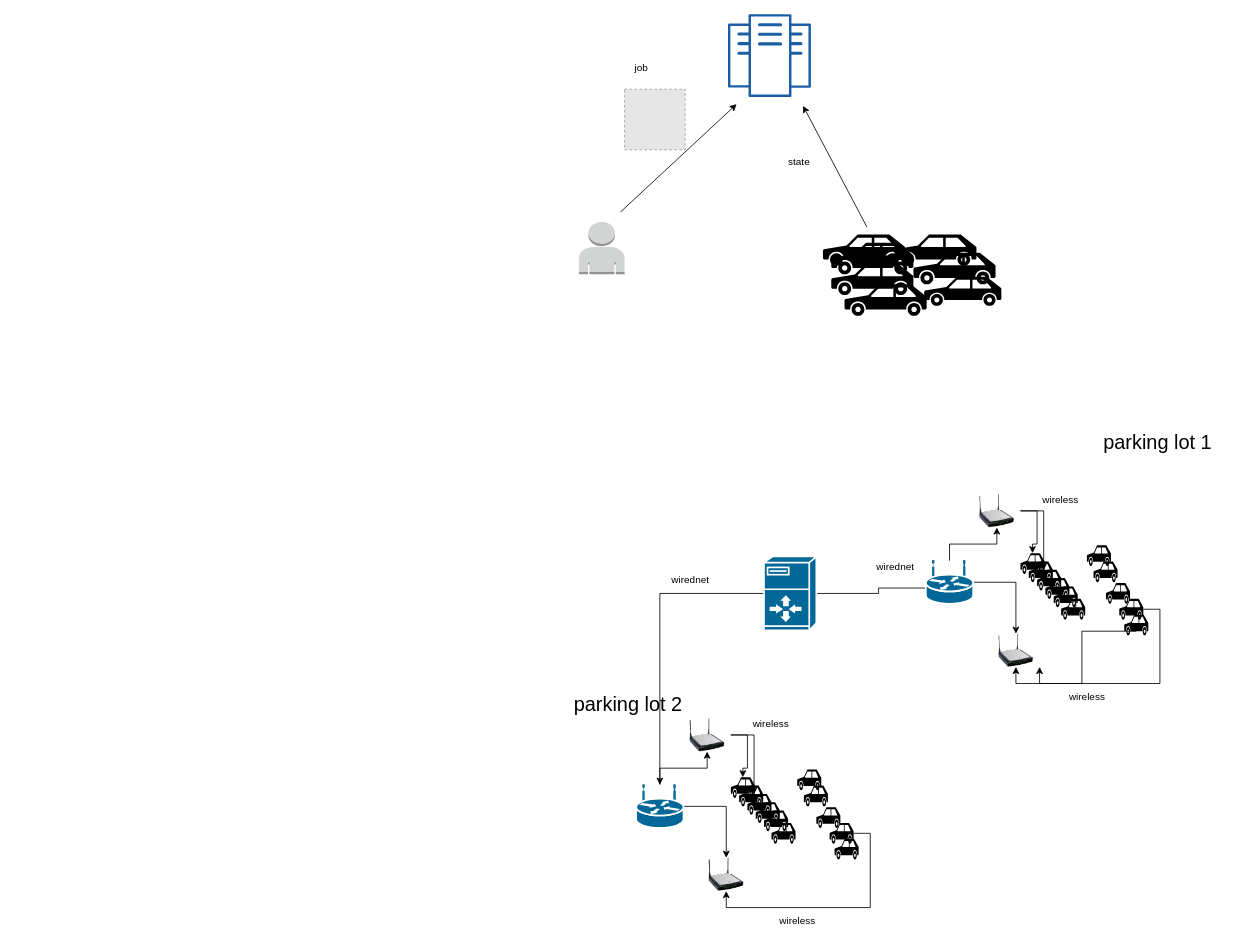
This is 未命名绘图111.drawio from bai1231/class, a draw.io file, before an edit. Source tidied: cells renumbered, new cells numbered last; positions are measured from the earlier drawing's top-left corner, leaving out a move shared by most shapes. Both pictures are drawn from the tidied source at 83%, with x=0, y=0 at pixel (565, 14). Pictures stored in the file or linked from it are replaced by grey dashed boxes.
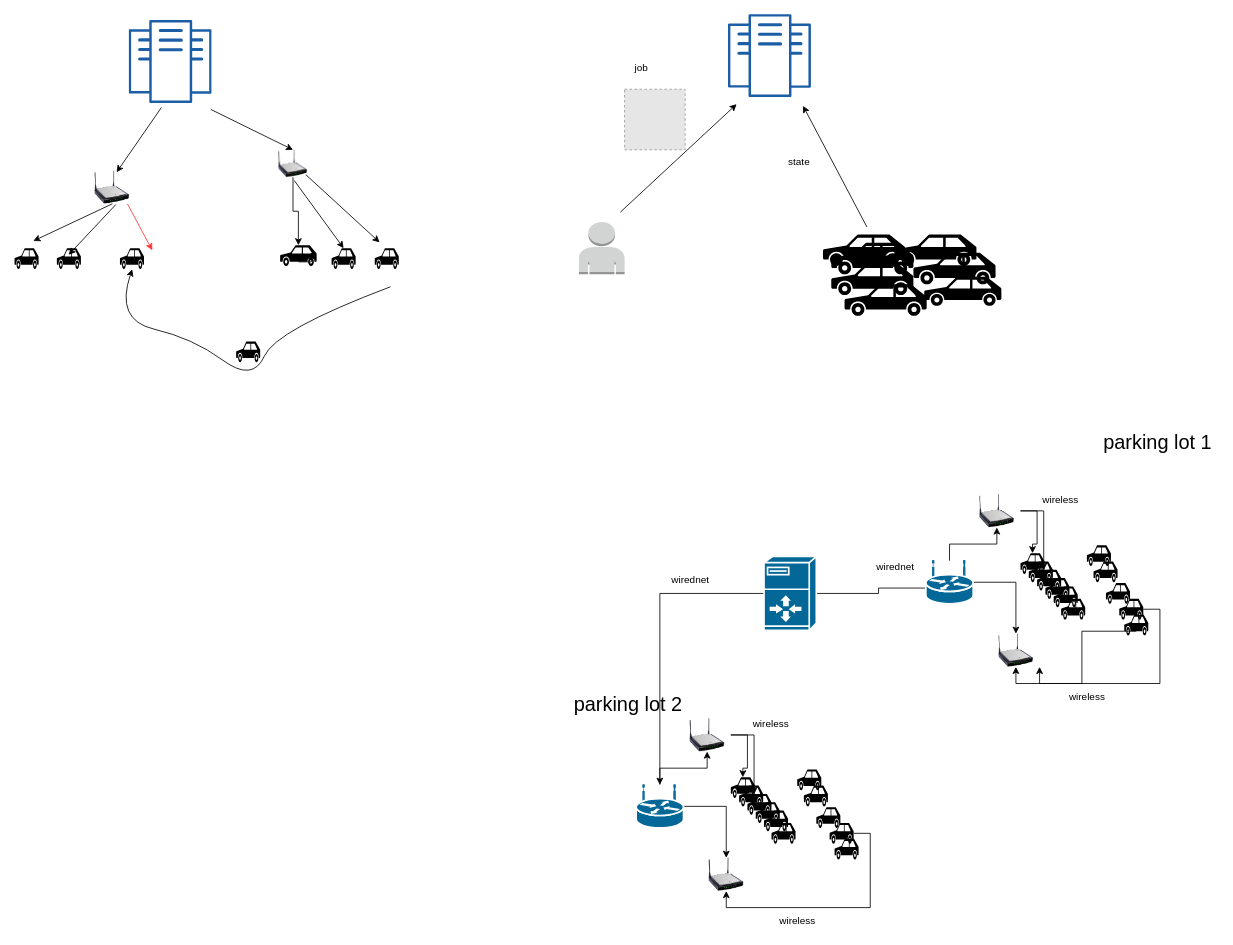
Above is the later version.

Commit message:
更新未命名绘图111.drawio

What changed in the source:
```diff
@@
+    <mxCell id="68" style="image;perimeter=ellipsePerimeter;html=1;align=center;shadow=0;dashed=0;fontColor=#4277BB;labelBackgroundColor=default;fontSize=12;spacingTop=3;image=img/lib/ibm/vpc/Enterprise.svg;" parent="1" vertex="1">
+      <mxGeometry x="-526" y="7" width="100" height="100" as="geometry" />
+    </mxCell>
+    <mxCell id="69" style="edgeStyle=orthogonalEdgeStyle;rounded=0;jettySize=auto;html=1;" parent="1" edge="1" source="70" target="77">
+      <mxGeometry relative="1" as="geometry" />
+    </mxCell>
+    <mxCell id="70" style="image;html=1;image=img/lib/clip_art/networking/Wireless_Router_N_128x128.png;" parent="1" vertex="1">
+      <mxGeometry x="-357" y="163" width="57" height="33" as="geometry" />
+    </mxCell>
+    <mxCell id="71" style="endArrow=classic;html=1;rounded=0;exitX=0.988;exitY=1.075;exitDx=0;exitDy=0;exitPerimeter=0;entryX=0.5;entryY=0;entryDx=0;entryDy=0;" parent="1" edge="1" source="68" target="70">
+      <mxGeometry relative="1" as="geometry" />
+    </mxCell>
+    <mxCell id="72" style="shape=mxgraph.signs.transportation.car_3;html=1;fillColor=#000000;strokeColor=none;verticalLabelPosition=bottom;verticalAlign=top;align=center;" parent="1" vertex="1">
+      <mxGeometry x="-664" y="281.5" width="29" height="25" as="geometry" />
+    </mxCell>
+    <mxCell id="73" style="shape=mxgraph.signs.transportation.car_3;html=1;fillColor=#000000;strokeColor=none;verticalLabelPosition=bottom;verticalAlign=top;align=center;" parent="1" vertex="1">
+      <mxGeometry x="-282" y="281.5" width="29" height="25" as="geometry" />
+    </mxCell>
+    <mxCell id="74" style="shape=mxgraph.signs.transportation.car_3;html=1;fillColor=#000000;strokeColor=none;verticalLabelPosition=bottom;verticalAlign=top;align=center;" parent="1" vertex="1">
+      <mxGeometry x="-230" y="281.5" width="29" height="25" as="geometry" />
+    </mxCell>
+    <mxCell id="75" style="endArrow=classic;html=1;rounded=0;exitX=0.988;exitY=1.075;exitDx=0;exitDy=0;exitPerimeter=0;" parent="1" edge="1">
+      <mxGeometry relative="1" as="geometry">
+        <mxPoint x="-487" y="112" as="sourcePoint" />
+        <mxPoint x="-541" y="190" as="targetPoint" />
+      </mxGeometry>
+    </mxCell>
+    <mxCell id="76" style="image;html=1;image=img/lib/clip_art/networking/Wireless_Router_N_128x128.png;" parent="1" vertex="1">
+      <mxGeometry x="-575" y="188" width="57" height="40" as="geometry" />
+    </mxCell>
+    <mxCell id="77" style="shape=mxgraph.signs.transportation.car_3;html=1;fillColor=#000000;strokeColor=none;verticalLabelPosition=bottom;verticalAlign=top;align=center;" parent="1" vertex="1">
+      <mxGeometry x="-344" y="278" width="44" height="25" as="geometry" />
+    </mxCell>
+    <mxCell id="78" style="shape=mxgraph.signs.transportation.car_3;html=1;fillColor=#000000;strokeColor=none;verticalLabelPosition=bottom;verticalAlign=top;align=center;" parent="1" vertex="1">
+      <mxGeometry x="-613" y="281.5" width="29" height="25" as="geometry" />
+    </mxCell>
+    <mxCell id="79" style="edgeStyle=orthogonalEdgeStyle;rounded=0;orthogonalLoop=1;jettySize=auto;html=1;exitX=0.5;exitY=0.8;exitDx=0;exitDy=0;exitPerimeter=0;entryX=0.856;entryY=0.333;entryDx=0;entryDy=0;entryPerimeter=0;" parent="1" edge="1" source="77" target="77">
+      <mxGeometry relative="1" as="geometry" />
+    </mxCell>
+    <mxCell id="80" style="endArrow=classic;html=1;rounded=0;exitX=0.988;exitY=1.075;exitDx=0;exitDy=0;exitPerimeter=0;entryX=0.5;entryY=0;entryDx=0;entryDy=0;entryPerimeter=0;" parent="1" edge="1" target="73">
+      <mxGeometry relative="1" as="geometry">
+        <mxPoint x="-327" y="200" as="sourcePoint" />
+      </mxGeometry>
+    </mxCell>
+    <mxCell id="81" style="endArrow=classic;html=1;rounded=0;exitX=0.988;exitY=1.075;exitDx=0;exitDy=0;exitPerimeter=0;entryX=0.201;entryY=-0.28;entryDx=0;entryDy=0;entryPerimeter=0;" parent="1" edge="1" target="74">
+      <mxGeometry relative="1" as="geometry">
+        <mxPoint x="-313" y="193" as="sourcePoint" />
+      </mxGeometry>
+    </mxCell>
+    <mxCell id="82" style="endArrow=classic;html=1;rounded=0;entryX=0.782;entryY=-0.347;entryDx=0;entryDy=0;entryPerimeter=0;" parent="1" edge="1" target="72">
+      <mxGeometry relative="1" as="geometry">
+        <mxPoint x="-546" y="228" as="sourcePoint" />
+      </mxGeometry>
+    </mxCell>
+    <mxCell id="83" style="endArrow=classic;html=1;rounded=0;entryX=0.489;entryY=0.32;entryDx=0;entryDy=0;entryPerimeter=0;" parent="1" edge="1" target="78">
+      <mxGeometry relative="1" as="geometry">
+        <mxPoint x="-542" y="229" as="sourcePoint" />
+      </mxGeometry>
+    </mxCell>
+    <mxCell id="84" style="shape=mxgraph.signs.transportation.car_3;html=1;fillColor=#000000;strokeColor=none;verticalLabelPosition=bottom;verticalAlign=top;align=center;" parent="1" vertex="1">
+      <mxGeometry x="-537" y="281.5" width="29" height="25" as="geometry" />
+    </mxCell>
+    <mxCell id="85" style="shape=mxgraph.signs.transportation.car_3;html=1;fillColor=#000000;strokeColor=none;verticalLabelPosition=bottom;verticalAlign=top;align=center;" parent="1" vertex="1">
+      <mxGeometry x="-397" y="394" width="29" height="25" as="geometry" />
+    </mxCell>
+    <mxCell id="86" style="curved=1;endArrow=classic;html=1;rounded=0;entryX=0.511;entryY=1.02;entryDx=0;entryDy=0;entryPerimeter=0;" parent="1" edge="1" target="84">
+      <mxGeometry relative="1" as="geometry">
+        <mxPoint x="-211" y="328" as="sourcePoint" />
+        <Array as="points">
+          <mxPoint x="-349" y="380" />
+          <mxPoint x="-377" y="443" />
+          <mxPoint x="-449" y="390" />
+          <mxPoint x="-543" y="368" />
+        </Array>
+      </mxGeometry>
+    </mxCell>
+    <mxCell id="87" style="endArrow=classic;html=1;rounded=0;strokeColor=#FF3333;" parent="1" edge="1">
+      <mxGeometry relative="1" as="geometry">
+        <mxPoint x="-528" y="228" as="sourcePoint" />
+        <mxPoint x="-498" y="284" as="targetPoint" />
+      </mxGeometry>
+    </mxCell>
```
